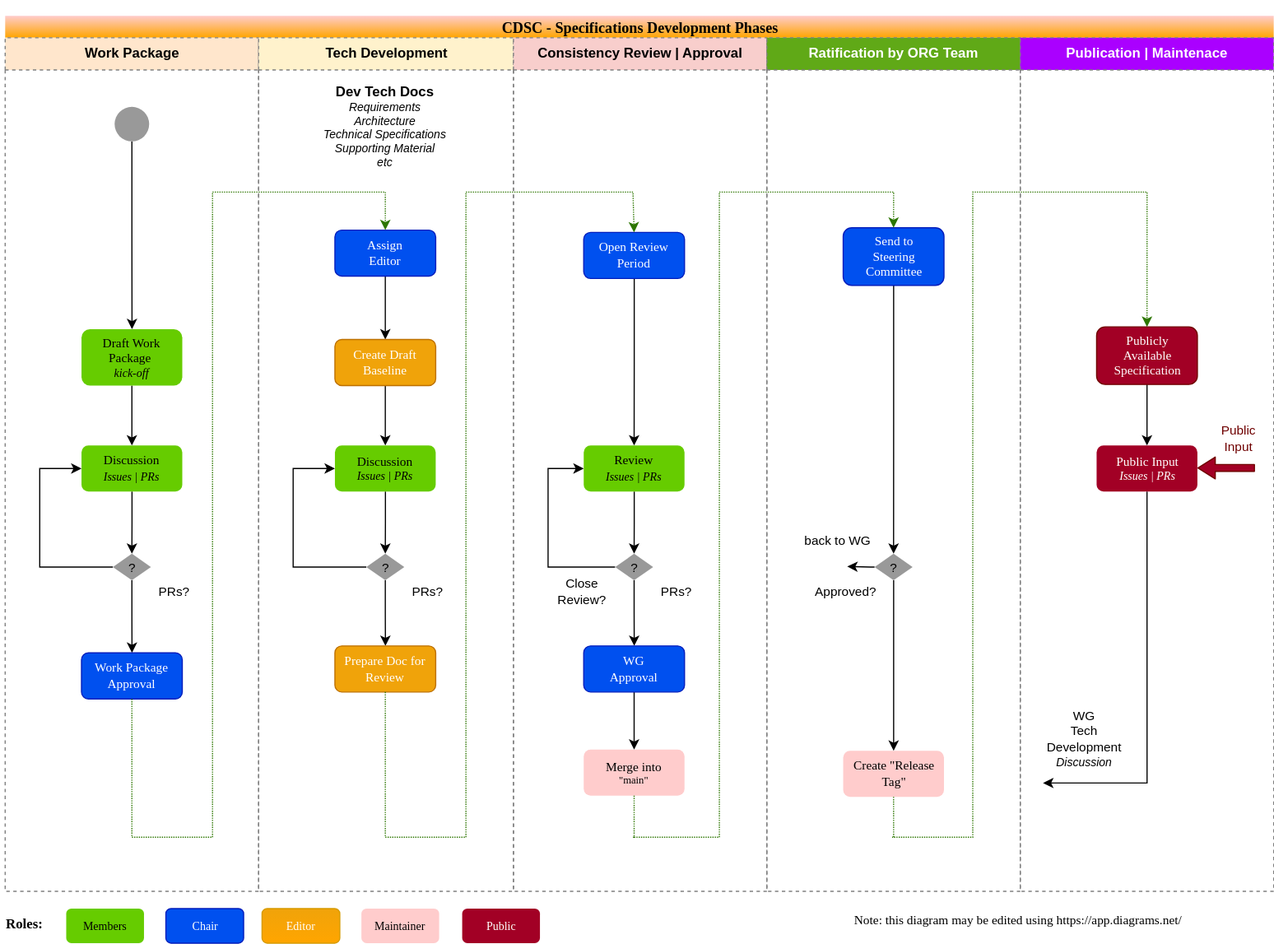
Before: images/CDSC-dev-process.svg, a diagram exported from draw.io (carbon-data-specification/Steering_Committee). Source tidied: cells renumbered, new cells last; positions are measured from the earlier drawing's top-left corner, leaving out a move shared by most shapes.
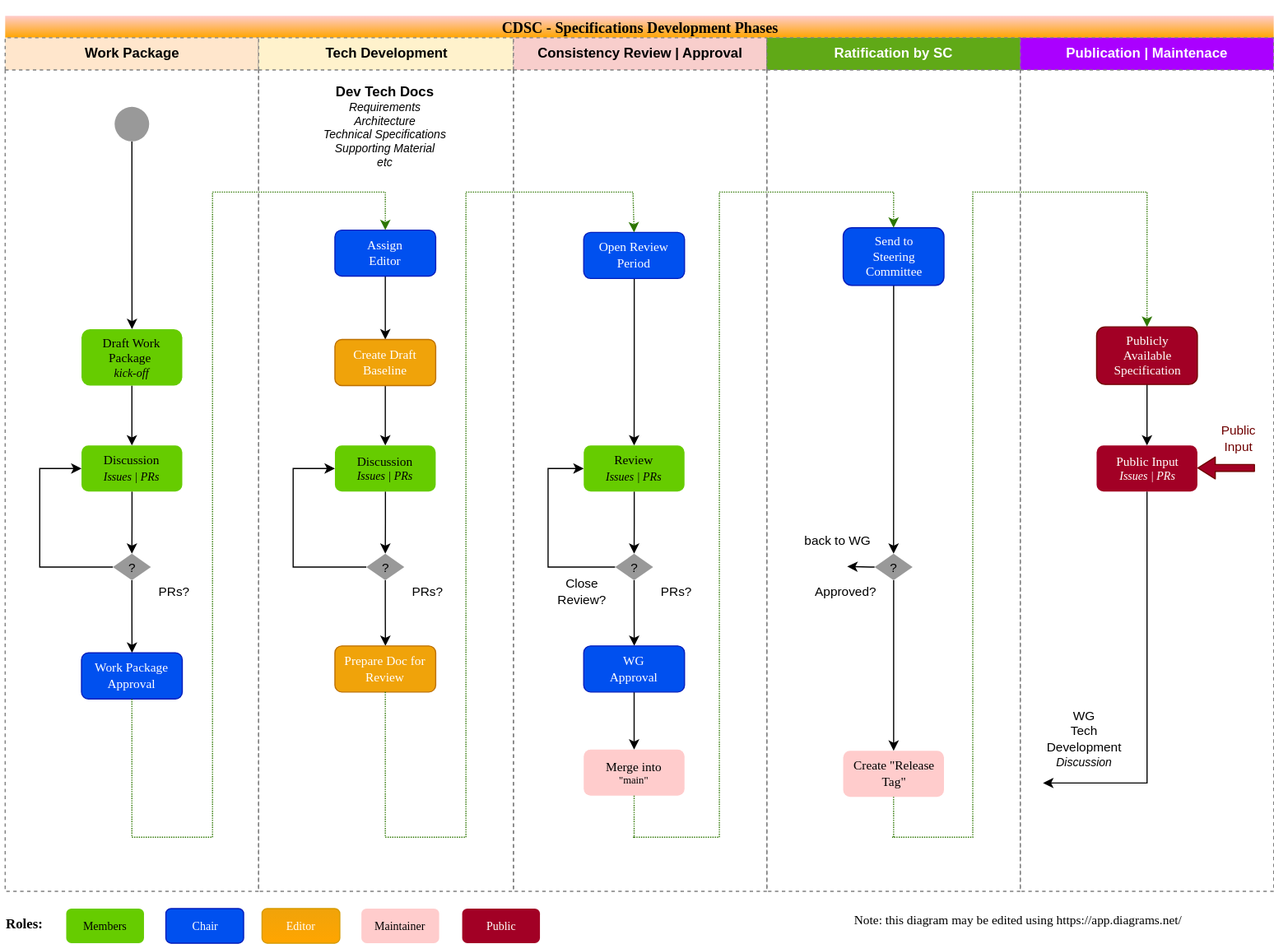
After the change.

Diff of the diagram source:
```diff
@@ -175,7 +175,7 @@
     <mxCell id="50" value="PRs?" style="text;html=1;strokeColor=none;fillColor=none;align=center;verticalAlign=middle;whiteSpace=wrap;rounded=0;dashed=1;fontSize=11;" parent="38" vertex="1">
       <mxGeometry x="121.2" y="471" width="40" height="20" as="geometry" />
     </mxCell>
-    <mxCell id="51" value="Ratification by ORG Team" style="swimlane;html=1;startSize=28;dashed=1;strokeColor=#808080;fillColor=#60a917;fontColor=#ffffff;" parent="7" vertex="1">
+    <mxCell id="51" value="Ratification by SC" style="swimlane;html=1;startSize=28;dashed=1;strokeColor=#808080;fillColor=#60a917;fontColor=#ffffff;" parent="7" vertex="1">
       <mxGeometry x="661.2" y="19" width="220" height="741" as="geometry" />
     </mxCell>
     <mxCell id="52" style="edgeStyle=orthogonalEdgeStyle;rounded=0;jettySize=auto;html=1;fontSize=11;entryX=0.5;entryY=0;entryDx=0;entryDy=0;" parent="51" edge="1" source="58" target="57">
```
